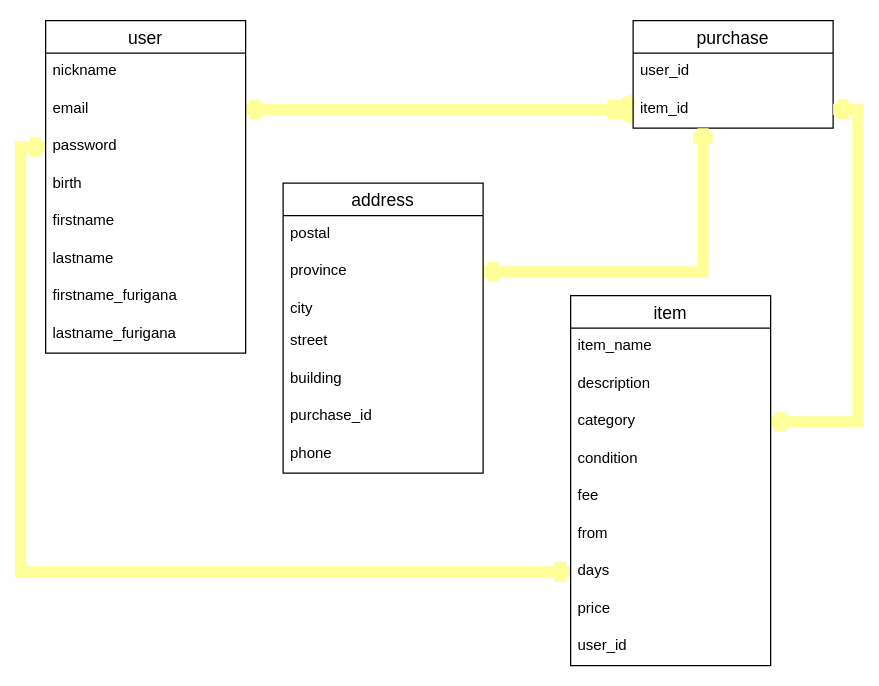
The draw.io diagram ER.dio in tsune-sg/furima-30491, before the edit. Source tidied: cells renumbered, new cells numbered last; positions are measured from the earlier drawing's top-left corner, leaving out a move shared by most shapes. Both pictures are drawn from the tidied source at 125%, with x=0, y=0 at pixel (45, 20).
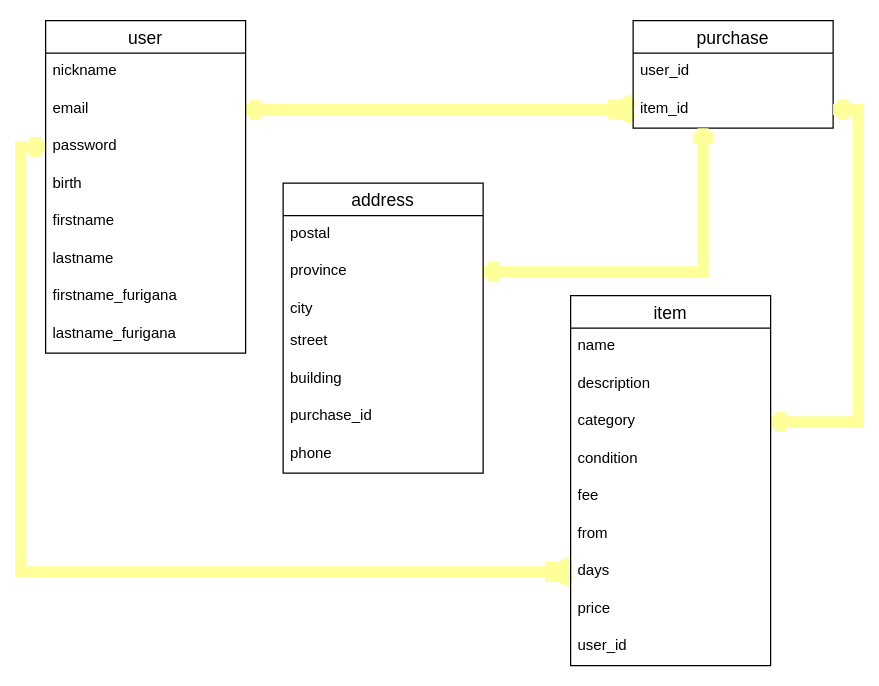
After the change.

The change refers to these unchanged cells:
```xml
<mxCell id="11" value="password" style="text;strokeColor=none;fillColor=none;spacingLeft=4;spacingRight=4;overflow=hidden;points=[[0,0.5],[1,0.5]];portConstraint=eastwest;fontSize=12;" parent="8" vertex="1">
  <mxGeometry y="86" width="160" height="30" as="geometry" />
</mxCell>
<mxCell id="26" value="item" style="swimlane;fontStyle=0;horizontal=1;startSize=26;align=center;fontSize=14;" parent="1" vertex="1">
  <mxGeometry x="420" y="220" width="160" height="296" as="geometry" />
</mxCell>
<mxCell id="33" value="days" style="text;strokeColor=none;fillColor=none;spacingLeft=4;spacingRight=4;overflow=hidden;points=[[0,0.5],[1,0.5]];portConstraint=eastwest;fontSize=12;" parent="26" vertex="1">
  <mxGeometry y="206" width="160" height="30" as="geometry" />
</mxCell>
```

Diff of the diagram source:
```diff
@@
-    <mxCell id="6" style="edgeStyle=orthogonalEdgeStyle;rounded=0;jettySize=auto;html=1;exitX=0;exitY=0.5;exitDx=0;exitDy=0;entryX=0;entryY=0.5;entryDx=0;entryDy=0;startArrow=ERone;startFill=0;endArrow=ERone;endFill=0;strokeColor=#FFFF99;strokeWidth=9;" parent="1" edge="1" source="11" target="33">
+    <mxCell id="6" style="edgeStyle=orthogonalEdgeStyle;rounded=0;jettySize=auto;html=1;exitX=0;exitY=0.5;exitDx=0;exitDy=0;entryX=0;entryY=0.5;entryDx=0;entryDy=0;startArrow=ERone;startFill=0;endArrow=ERoneToMany;endFill=0;strokeColor=#FFFF99;strokeWidth=9;" parent="1" edge="1" source="11" target="33">
       <mxGeometry relative="1" as="geometry" />
     </mxCell>
@@
-    <mxCell id="27" value="item_name" style="text;strokeColor=none;fillColor=none;spacingLeft=4;spacingRight=4;overflow=hidden;fontSize=12;" parent="26" vertex="1">
+    <mxCell id="27" value="name" style="text;strokeColor=none;fillColor=none;spacingLeft=4;spacingRight=4;overflow=hidden;fontSize=12;" parent="26" vertex="1">
       <mxGeometry y="26" width="160" height="30" as="geometry" />
     </mxCell>
```
